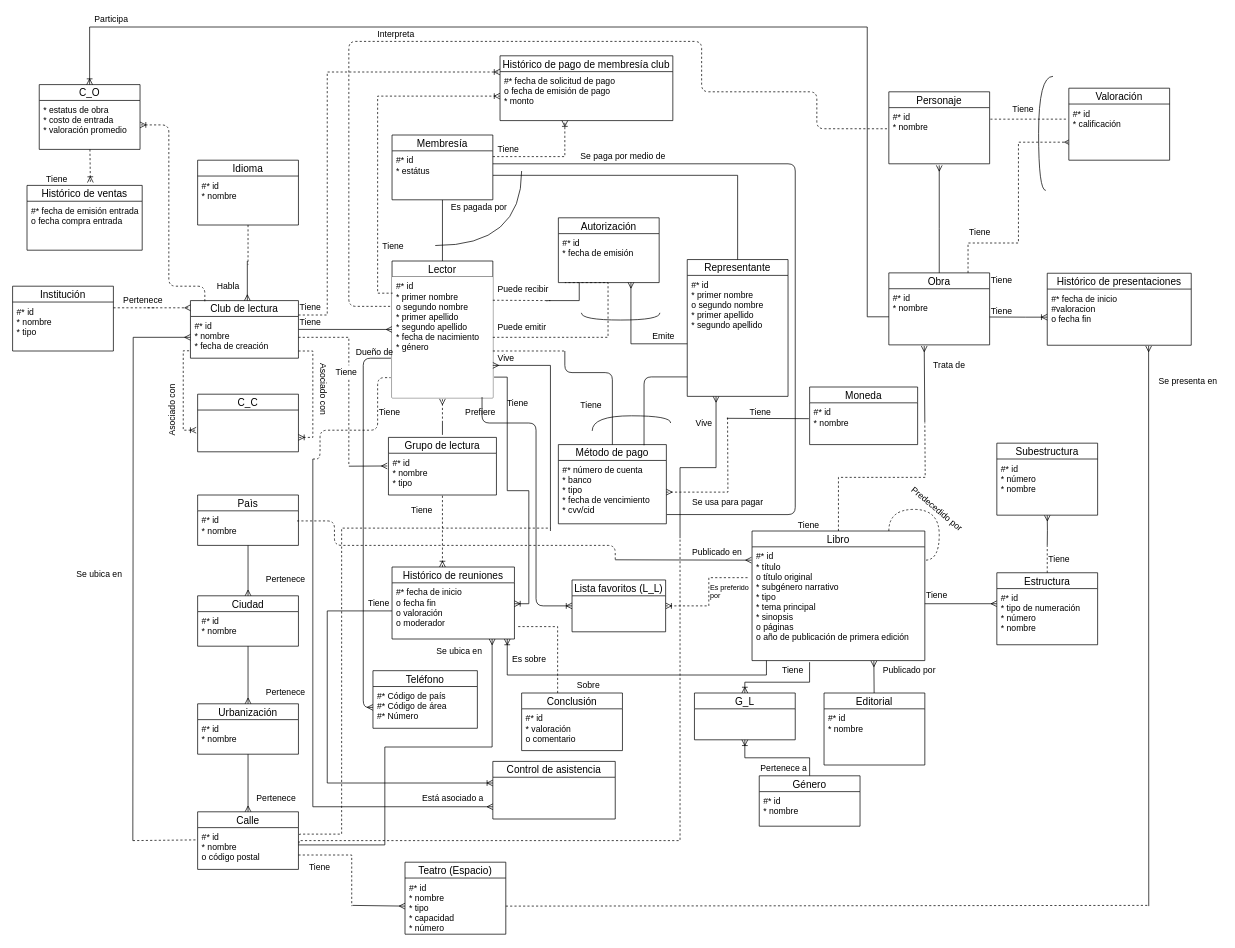
The draw.io diagram DB I/Hopefully this will be the last ER.drawio in NeutronBlast/IS-Ex, before the edit. Source tidied: cells renumbered, new cells numbered last; positions are measured from the earlier drawing's top-left corner, leaving out a move shared by most shapes. Both pictures are drawn from the tidied source at 72%, with x=0, y=0 at pixel (12, 12).
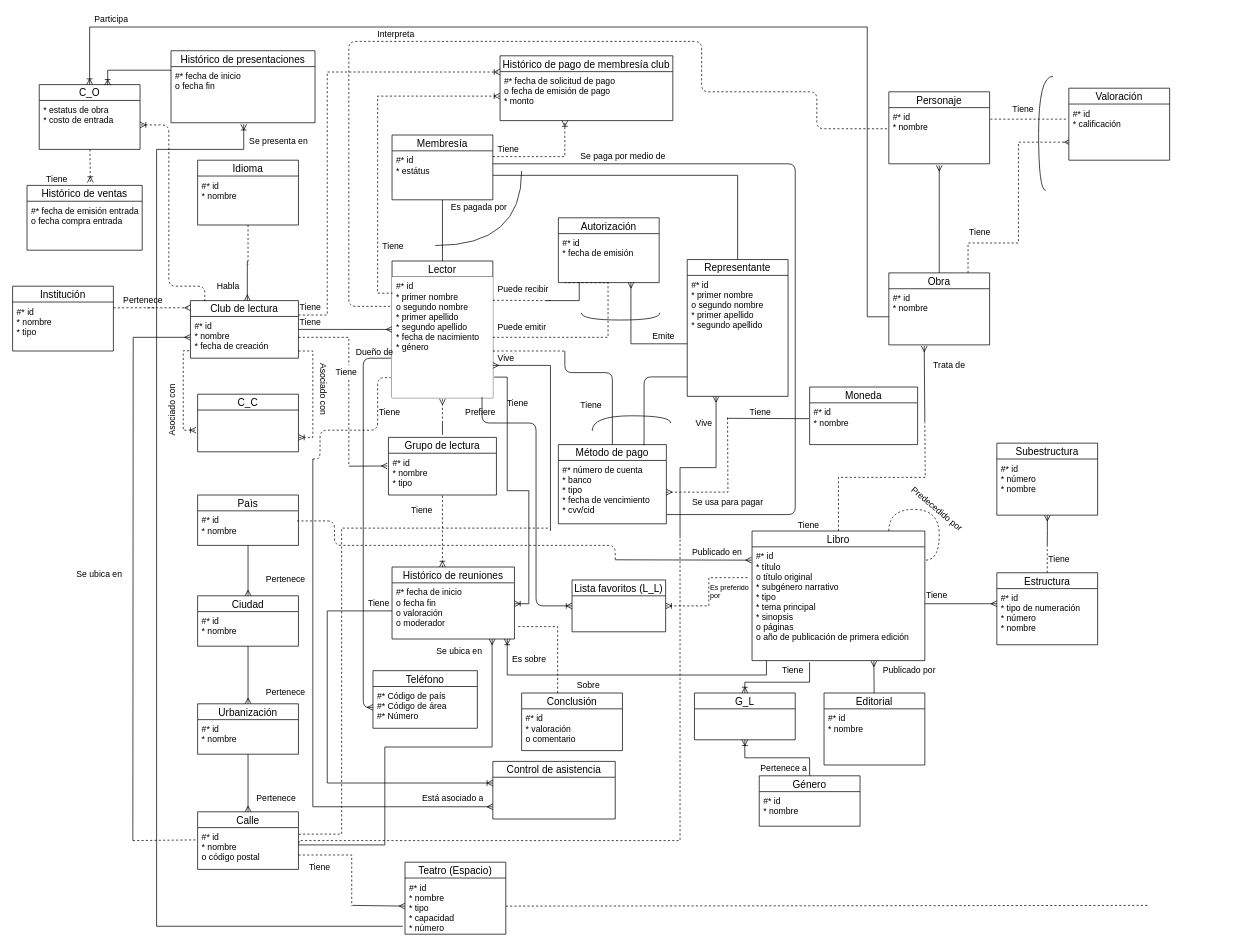
Above is the later version.

Commit message:
changed place of entity

Unchanged cells that the change refers to:
```xml
<mxCell id="108" value="#* id&#10;* nombre&#10;* tipo&#10;* capacidad&#10;* número&#10;&#10;" style="text;strokeColor=none;fillColor=none;spacingLeft=4;spacingRight=4;overflow=hidden;points=[[0,0.5],[1,0.5]];portConstraint=eastwest;fontSize=12;" parent="107" vertex="1">
  <mxGeometry y="22" width="140" height="78" as="geometry" />
</mxCell>
<mxCell id="145" value="#* id&#10;* nombre&#10;&#10;&#10;" style="text;strokeColor=none;fillColor=none;spacingLeft=4;spacingRight=4;overflow=hidden;points=[[0,0.5],[1,0.5]];portConstraint=eastwest;fontSize=12;" parent="144" vertex="1">
  <mxGeometry y="22" width="140" height="78" as="geometry" />
</mxCell>
<mxCell id="165" value="C_O" style="swimlane;fontStyle=0;horizontal=1;startSize=22;fillColor=none;swimlaneFillColor=#ffffff;align=center;fontSize=14;" parent="1" vertex="1">
  <mxGeometry x="37" y="100" width="140" height="90" as="geometry" />
</mxCell>
```

Diff of the diagram source:
```diff
@@
-    <mxCell id="151" value="Histórico de presentaciones" style="swimlane;fontStyle=0;horizontal=1;startSize=22;fillColor=none;swimlaneFillColor=#ffffff;align=center;fontSize=14;" parent="1" vertex="1">
-      <mxGeometry x="1437" y="362" width="200" height="100" as="geometry" />
-    </mxCell>
-    <mxCell id="152" value="#* fecha de inicio&#10;#valoracion&#10;o fecha fin&#10;&#10;&#10;&#10;" style="text;strokeColor=none;fillColor=none;spacingLeft=4;spacingRight=4;overflow=hidden;points=[[0,0.5],[1,0.5]];portConstraint=eastwest;fontSize=12;" parent="151" vertex="1">
-      <mxGeometry y="22" width="200" height="78" as="geometry" />
-    </mxCell>
@@
-    <mxCell id="155" style="edgeStyle=orthogonalEdgeStyle;rounded=0;jettySize=auto;html=1;startArrow=none;startFill=0;endArrow=ERmany;endFill=0;strokeColor=#000000;entryX=0.704;entryY=1.013;entryDx=0;entryDy=0;entryPerimeter=0;" parent="1" edge="1" target="152">
-      <mxGeometry relative="1" as="geometry">
-        <mxPoint x="1578" y="1241" as="sourcePoint" />
-        <Array as="points">
-          <mxPoint x="1578" y="1241" />
-        </Array>
-      </mxGeometry>
-    </mxCell>
@@
-    <mxCell id="157" value="Se presenta en" style="text;html=1;align=left;verticalAlign=top;spacingTop=-4;" parent="1" vertex="1">
-      <mxGeometry x="1590" y="503" width="90" height="20" as="geometry" />
-    </mxCell>
@@
-    <mxCell id="166" value="* estatus de obra&#10;* costo de entrada&#10;* valoración promedio&#10;" style="text;strokeColor=none;fillColor=none;spacingLeft=4;spacingRight=4;overflow=hidden;points=[[0,0.5],[1,0.5]];portConstraint=eastwest;fontSize=12;" parent="165" vertex="1">
+    <mxCell id="166" value="* estatus de obra&#10;* costo de entrada&#10;" style="text;strokeColor=none;fillColor=none;spacingLeft=4;spacingRight=4;overflow=hidden;points=[[0,0.5],[1,0.5]];portConstraint=eastwest;fontSize=12;" parent="165" vertex="1">
       <mxGeometry y="22" width="140" height="68" as="geometry" />
     </mxCell>
@@
-    <mxCell id="169" style="rounded=0;jettySize=auto;html=1;entryX=0;entryY=0.5;entryDx=0;entryDy=0;startArrow=none;startFill=0;endArrow=ERoneToMany;endFill=0;strokeColor=#000000;" parent="1" edge="1" source="145" target="152">
-      <mxGeometry relative="1" as="geometry">
-        <Array as="points">
-          <mxPoint x="1407" y="423" />
-        </Array>
-      </mxGeometry>
-    </mxCell>
@@
-    <mxCell id="173" value="Tiene" style="text;html=1;align=left;verticalAlign=top;spacingTop=-4;" parent="1" vertex="1">
-      <mxGeometry x="1357" y="405" width="40" height="20" as="geometry" />
-    </mxCell>
@@
-    <mxCell id="176" value="Tiene" style="text;html=1;align=left;verticalAlign=top;spacingTop=-4;" parent="1" vertex="1">
-      <mxGeometry x="1357" y="362" width="40" height="20" as="geometry" />
-    </mxCell>
@@
+    <mxCell id="151" value="Histórico de presentaciones" style="swimlane;fontStyle=0;horizontal=1;startSize=22;fillColor=none;swimlaneFillColor=#ffffff;align=center;fontSize=14;" parent="1" vertex="1">
+      <mxGeometry x="220" y="53" width="200" height="100" as="geometry" />
+    </mxCell>
+    <mxCell id="193" value="#* fecha de inicio&#10;o fecha fin&#10;&#10;&#10;&#10;" style="text;strokeColor=none;fillColor=none;spacingLeft=4;spacingRight=4;overflow=hidden;points=[[0,0.5],[1,0.5]];portConstraint=eastwest;fontSize=12;" parent="151" vertex="1">
+      <mxGeometry y="22" width="200" height="78" as="geometry" />
+    </mxCell>
+    <mxCell id="194" style="edgeStyle=orthogonalEdgeStyle;rounded=0;jettySize=auto;html=1;startArrow=none;startFill=0;endArrow=ERoneToMany;endFill=0;entryX=0.679;entryY=0.011;entryDx=0;entryDy=0;entryPerimeter=0;" parent="1" edge="1" source="193" target="165">
+      <mxGeometry relative="1" as="geometry">
+        <Array as="points">
+          <mxPoint x="132" y="80" />
+        </Array>
+      </mxGeometry>
+    </mxCell>
+    <mxCell id="195" style="edgeStyle=orthogonalEdgeStyle;rounded=0;jettySize=auto;html=1;entryX=-0.021;entryY=0.859;entryDx=0;entryDy=0;startArrow=ERoneToMany;startFill=0;endArrow=none;endFill=0;exitX=0.505;exitY=1.026;exitDx=0;exitDy=0;exitPerimeter=0;entryPerimeter=0;" parent="1" edge="1" source="193" target="108">
+      <mxGeometry relative="1" as="geometry">
+        <Array as="points">
+          <mxPoint x="321" y="190" />
+          <mxPoint x="200" y="190" />
+          <mxPoint x="200" y="1269" />
+        </Array>
+      </mxGeometry>
+    </mxCell>
+    <mxCell id="157" value="Se presenta en" style="text;html=1;align=left;verticalAlign=top;spacingTop=-4;" parent="1" vertex="1">
+      <mxGeometry x="327" y="169" width="90" height="20" as="geometry" />
+    </mxCell>
```
